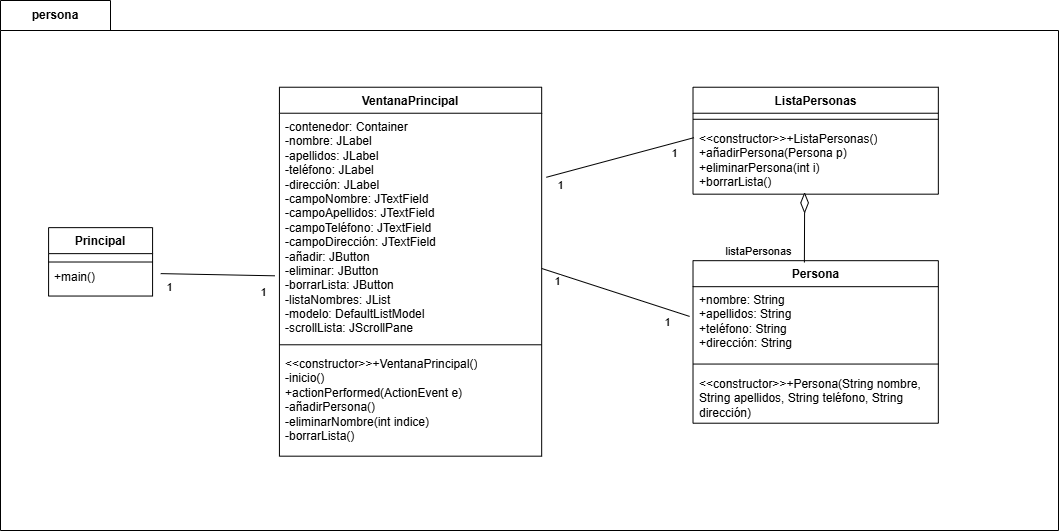
ThomasZRE/Unal_poo_act4 keeps this draw.io diagram as EJ81/persona/DgCl81.drawio.png. Above is the earlier version. Source tidied: cells renumbered, new cells last; positions are measured from the earlier drawing's top-left corner, leaving out a move shared by most shapes. Source of this version:
```xml
<mxGraphModel>
  <root>
    <mxCell id="0" />
    <mxCell id="1" parent="0" />
    <mxCell id="2" value="persona" style="shape=folder;fontStyle=1;tabWidth=110;tabHeight=30;tabPosition=left;html=1;boundedLbl=1;labelInHeader=1;whiteSpace=wrap;" parent="1" vertex="1">
      <mxGeometry width="1058" height="530" as="geometry" />
    </mxCell>
    <mxCell id="3" style="html=1;strokeColor=none;fillColor=none;whiteSpace=wrap;" parent="2" vertex="1">
      <mxGeometry width="1058" height="371" relative="1" as="geometry">
        <mxPoint y="30" as="offset" />
      </mxGeometry>
    </mxCell>
    <mxCell id="4" value="Persona" style="swimlane;fontStyle=1;align=center;verticalAlign=top;horizontal=1;startSize=26;whiteSpace=wrap;html=1;" parent="2" vertex="1">
      <mxGeometry x="692.5" y="260.2" width="245.3" height="162.5" as="geometry" />
    </mxCell>
    <mxCell id="5" value="+nombre: String&lt;div&gt;+apellidos: String&lt;/div&gt;&lt;div&gt;+teléfono: String&lt;/div&gt;&lt;div&gt;+dirección: String&lt;/div&gt;" style="text;strokeColor=none;fillColor=none;align=left;verticalAlign=top;spacingLeft=4;spacingRight=4;overflow=hidden;points=[[0,0.5],[1,0.5]];portConstraint=eastwest;whiteSpace=wrap;html=1;" parent="4" vertex="1">
      <mxGeometry y="26" width="245.3" height="71.3" as="geometry" />
    </mxCell>
    <mxCell id="6" style="line;strokeWidth=1;fillColor=none;align=left;verticalAlign=middle;spacingTop=-1;spacingLeft=3;spacingRight=3;labelPosition=right;strokeColor=inherit;" parent="4" vertex="1">
      <mxGeometry y="97.3" width="245.3" height="12.1" as="geometry" />
    </mxCell>
    <mxCell id="7" value="&amp;lt;&amp;lt;constructor&amp;gt;&amp;gt;+Persona(String nombre, String apellidos, String teléfono, String dirección)" style="text;strokeColor=none;fillColor=none;align=left;verticalAlign=top;spacingLeft=4;spacingRight=4;overflow=hidden;whiteSpace=wrap;html=1;" parent="4" vertex="1">
      <mxGeometry y="109.4" width="245.3" height="53.1" as="geometry" />
    </mxCell>
    <mxCell id="8" value="ListaPersonas" style="swimlane;fontStyle=1;align=center;verticalAlign=top;horizontal=1;startSize=26;whiteSpace=wrap;html=1;" parent="2" vertex="1">
      <mxGeometry x="692.5" y="86.7" width="245.3" height="106.9" as="geometry" />
    </mxCell>
    <mxCell id="9" style="line;strokeWidth=1;fillColor=none;align=left;verticalAlign=middle;spacingTop=-1;spacingLeft=3;spacingRight=3;labelPosition=right;strokeColor=inherit;" parent="8" vertex="1">
      <mxGeometry y="26" width="245.3" height="12.1" as="geometry" />
    </mxCell>
    <mxCell id="10" value="&amp;lt;&amp;lt;constructor&amp;gt;&amp;gt;+ListaPersonas()&lt;div&gt;+añadirPersona(Persona p)&lt;/div&gt;&lt;div&gt;+eliminarPersona(int i)&lt;/div&gt;&lt;div&gt;+borrarLista()&lt;/div&gt;" style="text;strokeColor=none;fillColor=none;align=left;verticalAlign=top;spacingLeft=4;spacingRight=4;overflow=hidden;points=[[0,0.5],[1,0.5]];portConstraint=eastwest;whiteSpace=wrap;html=1;" parent="8" vertex="1">
      <mxGeometry y="38.1" width="245.3" height="68.8" as="geometry" />
    </mxCell>
    <mxCell id="11" value="Principal" style="swimlane;fontStyle=1;align=center;verticalAlign=top;horizontal=1;startSize=26;whiteSpace=wrap;html=1;" parent="2" vertex="1">
      <mxGeometry x="48.1" y="227.1" width="104" height="68.4" as="geometry" />
    </mxCell>
    <mxCell id="12" value="&lt;div&gt;&lt;br&gt;&lt;/div&gt;" style="text;strokeColor=none;fillColor=none;align=left;verticalAlign=top;spacingLeft=4;spacingRight=4;overflow=hidden;whiteSpace=wrap;html=1;" parent="11" vertex="1">
      <mxGeometry y="26" width="104" height="7" as="geometry" />
    </mxCell>
    <mxCell id="13" style="line;strokeWidth=1;fillColor=none;align=left;verticalAlign=middle;spacingTop=-1;spacingLeft=3;spacingRight=3;labelPosition=right;strokeColor=inherit;" parent="11" vertex="1">
      <mxGeometry y="33" width="104" height="2.8" as="geometry" />
    </mxCell>
    <mxCell id="14" value="+main()" style="text;strokeColor=none;fillColor=none;align=left;verticalAlign=top;spacingLeft=4;spacingRight=4;overflow=hidden;points=[[0,0.5],[1,0.5]];portConstraint=eastwest;whiteSpace=wrap;html=1;" parent="11" vertex="1">
      <mxGeometry y="35.8" width="104" height="32.6" as="geometry" />
    </mxCell>
    <mxCell id="15" value="VentanaPrincipal" style="swimlane;fontStyle=1;align=center;verticalAlign=top;horizontal=1;startSize=26;whiteSpace=wrap;html=1;" parent="2" vertex="1">
      <mxGeometry x="278.9" y="86.7" width="262.2" height="368.9" as="geometry" />
    </mxCell>
    <mxCell id="16" value="-contenedor: Container&lt;div&gt;-nombre: JLabel&lt;/div&gt;&lt;div&gt;-apellidos: JLabel&lt;/div&gt;&lt;div&gt;-teléfono:&amp;nbsp;&lt;span style=&quot;background-color: transparent; color: light-dark(rgb(0, 0, 0), rgb(255, 255, 255));&quot;&gt;JLabel&lt;/span&gt;&lt;/div&gt;&lt;div&gt;-dirección:&amp;nbsp;&lt;span style=&quot;background-color: transparent; color: light-dark(rgb(0, 0, 0), rgb(255, 255, 255));&quot;&gt;JLabel&lt;/span&gt;&lt;/div&gt;&lt;div&gt;&lt;span style=&quot;background-color: transparent; color: light-dark(rgb(0, 0, 0), rgb(255, 255, 255));&quot;&gt;-campoNombre: JTextField&lt;/span&gt;&lt;/div&gt;&lt;div&gt;&lt;span style=&quot;background-color: transparent; color: light-dark(rgb(0, 0, 0), rgb(255, 255, 255));&quot;&gt;-campoApellidos:&amp;nbsp;&lt;/span&gt;&lt;span style=&quot;background-color: transparent; color: light-dark(rgb(0, 0, 0), rgb(255, 255, 255));&quot;&gt;JTextField&lt;/span&gt;&lt;/div&gt;&lt;div&gt;-campoTeléfono:&amp;nbsp;&lt;span style=&quot;background-color: transparent; color: light-dark(rgb(0, 0, 0), rgb(255, 255, 255));&quot;&gt;JTextField&lt;/span&gt;&lt;/div&gt;&lt;div&gt;-campoDirección:&amp;nbsp;&lt;span style=&quot;background-color: transparent; color: light-dark(rgb(0, 0, 0), rgb(255, 255, 255));&quot;&gt;JTextField&lt;/span&gt;&lt;/div&gt;&lt;div&gt;&lt;span style=&quot;background-color: transparent; color: light-dark(rgb(0, 0, 0), rgb(255, 255, 255));&quot;&gt;-añadir: JButton&lt;/span&gt;&lt;/div&gt;&lt;div&gt;&lt;span style=&quot;background-color: transparent; color: light-dark(rgb(0, 0, 0), rgb(255, 255, 255));&quot;&gt;-eliminar:&amp;nbsp;&lt;/span&gt;&lt;span style=&quot;background-color: transparent; color: light-dark(rgb(0, 0, 0), rgb(255, 255, 255));&quot;&gt;JButton&lt;/span&gt;&lt;/div&gt;&lt;div&gt;&lt;span style=&quot;background-color: transparent; color: light-dark(rgb(0, 0, 0), rgb(255, 255, 255));&quot;&gt;-borrarLista:&amp;nbsp;&lt;/span&gt;&lt;span style=&quot;background-color: transparent; color: light-dark(rgb(0, 0, 0), rgb(255, 255, 255));&quot;&gt;JButton&lt;/span&gt;&lt;/div&gt;&lt;div&gt;&lt;span style=&quot;background-color: transparent; color: light-dark(rgb(0, 0, 0), rgb(255, 255, 255));&quot;&gt;-listaNombres: JList&lt;/span&gt;&lt;/div&gt;&lt;div&gt;&lt;span style=&quot;background-color: transparent; color: light-dark(rgb(0, 0, 0), rgb(255, 255, 255));&quot;&gt;-modelo: DefaultListModel&lt;/span&gt;&lt;/div&gt;&lt;div&gt;&lt;span style=&quot;background-color: transparent; color: light-dark(rgb(0, 0, 0), rgb(255, 255, 255));&quot;&gt;-scrollLista: JScrollPane&lt;/span&gt;&lt;/div&gt;&lt;div&gt;&lt;span style=&quot;background-color: transparent; color: light-dark(rgb(0, 0, 0), rgb(255, 255, 255));&quot;&gt;&lt;br&gt;&lt;/span&gt;&lt;/div&gt;" style="text;strokeColor=none;fillColor=none;align=left;verticalAlign=top;spacingLeft=4;spacingRight=4;overflow=hidden;points=[[0,0.5],[1,0.5]];portConstraint=eastwest;whiteSpace=wrap;html=1;" parent="15" vertex="1">
      <mxGeometry y="26" width="262.2" height="225.5" as="geometry" />
    </mxCell>
    <mxCell id="17" style="line;strokeWidth=1;fillColor=none;align=left;verticalAlign=middle;spacingTop=-1;spacingLeft=3;spacingRight=3;labelPosition=right;strokeColor=inherit;" parent="15" vertex="1">
      <mxGeometry y="251.5" width="262.2" height="12.1" as="geometry" />
    </mxCell>
    <mxCell id="18" value="&amp;lt;&amp;lt;constructor&amp;gt;&amp;gt;+VentanaPrincipal()&lt;div&gt;-inicio()&lt;/div&gt;&lt;div&gt;+actionPerformed(ActionEvent e)&lt;/div&gt;&lt;div&gt;-añadirPersona()&lt;/div&gt;&lt;div&gt;-eliminarNombre(int indice)&lt;/div&gt;&lt;div&gt;-borrarLista()&lt;/div&gt;" style="text;strokeColor=none;fillColor=none;align=left;verticalAlign=top;spacingLeft=4;spacingRight=4;overflow=hidden;whiteSpace=wrap;html=1;" parent="15" vertex="1">
      <mxGeometry y="263.6" width="262.2" height="105.3" as="geometry" />
    </mxCell>
    <mxCell id="19" style="endArrow=none;html=1;rounded=0;exitX=1.078;exitY=0.313;exitDx=0;exitDy=0;exitPerimeter=0;entryX=-0.017;entryY=0.721;entryDx=0;entryDy=0;entryPerimeter=0;" parent="2" edge="1" source="14" target="16">
      <mxGeometry relative="1" as="geometry" />
    </mxCell>
    <mxCell id="20" value="1" style="edgeLabel;html=1;align=center;verticalAlign=middle;" parent="19" vertex="1">
      <mxGeometry x="-0.86" relative="1" as="geometry">
        <mxPoint y="13" as="offset" />
      </mxGeometry>
    </mxCell>
    <mxCell id="21" value="1" style="edgeLabel;html=1;align=center;verticalAlign=middle;" parent="19" vertex="1">
      <mxGeometry x="0.72" y="-1" relative="1" as="geometry">
        <mxPoint x="4" y="15" as="offset" />
      </mxGeometry>
    </mxCell>
    <mxCell id="22" style="endArrow=none;html=1;rounded=0;exitX=1.018;exitY=0.284;exitDx=0;exitDy=0;exitPerimeter=0;entryX=0.004;entryY=0.179;entryDx=0;entryDy=0;entryPerimeter=0;" parent="2" edge="1" source="16" target="10">
      <mxGeometry relative="1" as="geometry" />
    </mxCell>
    <mxCell id="23" value="1" style="edgeLabel;html=1;align=center;verticalAlign=middle;" parent="22" vertex="1">
      <mxGeometry x="-0.66" y="-4" relative="1" as="geometry">
        <mxPoint x="-13" y="11" as="offset" />
      </mxGeometry>
    </mxCell>
    <mxCell id="24" style="endArrow=none;html=1;rounded=0;entryX=-0.014;entryY=0.417;entryDx=0;entryDy=0;entryPerimeter=0;" parent="2" edge="1" source="16" target="5">
      <mxGeometry relative="1" as="geometry" />
    </mxCell>
    <mxCell id="25" value="1" style="edgeLabel;html=1;align=center;verticalAlign=middle;" parent="2" vertex="1">
      <mxGeometry x="656" y="154.2" as="geometry">
        <mxPoint x="17" y="-2" as="offset" />
      </mxGeometry>
    </mxCell>
    <mxCell id="26" value="1" style="edgeLabel;html=1;align=center;verticalAlign=middle;" parent="2" vertex="1">
      <mxGeometry x="559.8" y="250.5" as="geometry">
        <mxPoint x="-3" y="30" as="offset" />
      </mxGeometry>
    </mxCell>
    <mxCell id="27" value="1" style="edgeLabel;html=1;align=center;verticalAlign=middle;" parent="2" vertex="1">
      <mxGeometry x="617.5" y="289.1" as="geometry">
        <mxPoint x="49" y="32" as="offset" />
      </mxGeometry>
    </mxCell>
    <mxCell id="28" style="rhombus;whiteSpace=wrap;html=1;" parent="2" vertex="1">
      <mxGeometry x="800.2" y="192.7" width="7.7" height="19.3" as="geometry" />
    </mxCell>
    <mxCell id="29" style="endArrow=none;html=1;rounded=0;entryX=0.5;entryY=1;entryDx=0;entryDy=0;exitX=0.454;exitY=0.011;exitDx=0;exitDy=0;exitPerimeter=0;" parent="2" edge="1" source="4" target="28">
      <mxGeometry relative="1" as="geometry" />
    </mxCell>
    <mxCell id="30" value="listaPersonas" style="edgeLabel;html=1;align=center;verticalAlign=middle;" parent="29" vertex="1">
      <mxGeometry x="-0.58" y="5" relative="1" as="geometry">
        <mxPoint x="-42" y="-1" as="offset" />
      </mxGeometry>
    </mxCell>
  </root>
</mxGraphModel>
```
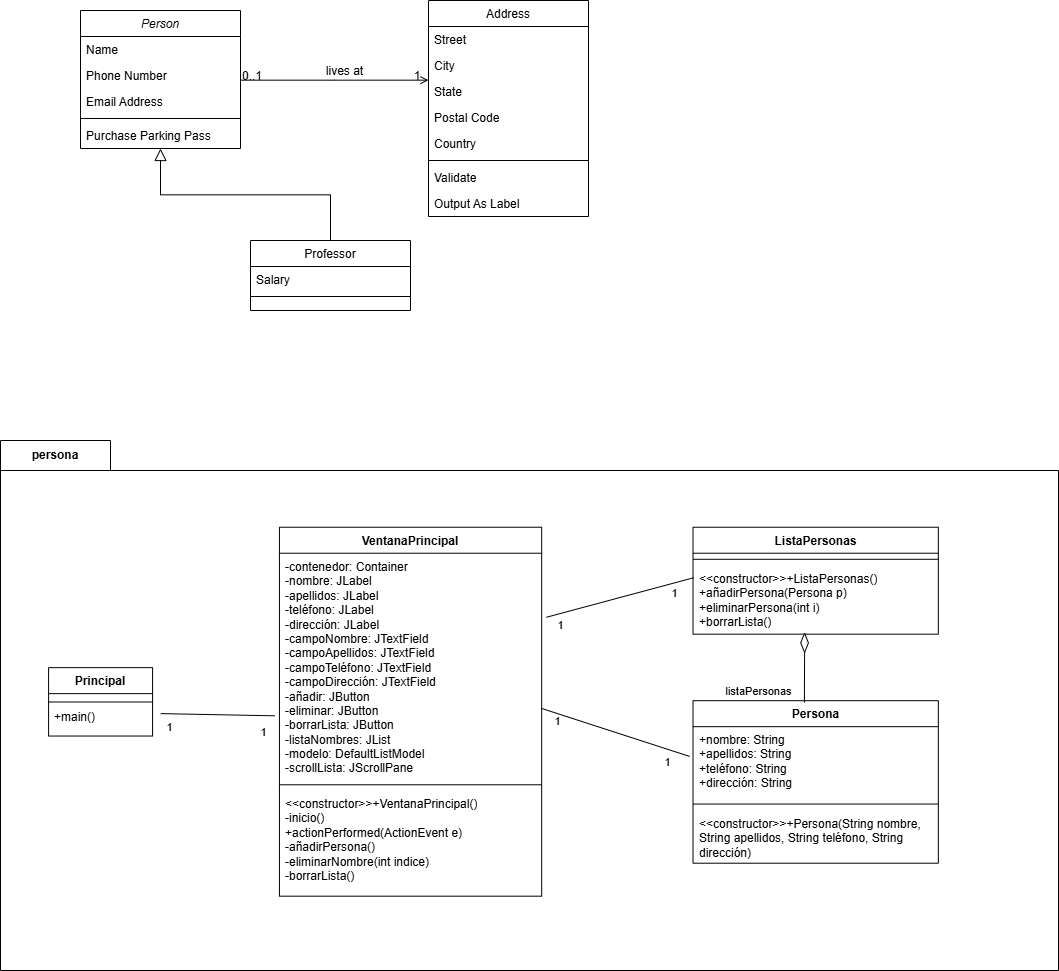
After the change.

Change to the diagram source:
```diff
@@ -2,6 +2,83 @@
   <root>
     <mxCell id="0" />
     <mxCell id="1" parent="0" />
+    <mxCell id="31" value="Person" style="swimlane;fontStyle=2;align=center;verticalAlign=top;horizontal=1;startSize=26;rounded=0;shadow=0;strokeWidth=1;" parent="1" vertex="1">
+      <mxGeometry x="80" y="-430" width="160" height="138" as="geometry" />
+    </mxCell>
+    <mxCell id="32" value="Name" style="text;align=left;verticalAlign=top;spacingLeft=4;spacingRight=4;overflow=hidden;" parent="31" vertex="1">
+      <mxGeometry y="26" width="160" height="26" as="geometry" />
+    </mxCell>
+    <mxCell id="33" value="Phone Number" style="text;align=left;verticalAlign=top;spacingLeft=4;spacingRight=4;overflow=hidden;rounded=0;shadow=0;html=0;" parent="31" vertex="1">
+      <mxGeometry y="52" width="160" height="26" as="geometry" />
+    </mxCell>
+    <mxCell id="34" value="Email Address" style="text;align=left;verticalAlign=top;spacingLeft=4;spacingRight=4;overflow=hidden;rounded=0;shadow=0;html=0;" parent="31" vertex="1">
+      <mxGeometry y="78" width="160" height="26" as="geometry" />
+    </mxCell>
+    <mxCell id="35" style="line;html=1;strokeWidth=1;align=left;verticalAlign=middle;spacingTop=-1;spacingLeft=3;spacingRight=3;labelPosition=right;" parent="31" vertex="1">
+      <mxGeometry y="104" width="160" height="8" as="geometry" />
+    </mxCell>
+    <mxCell id="36" value="Purchase Parking Pass" style="text;align=left;verticalAlign=top;spacingLeft=4;spacingRight=4;overflow=hidden;" parent="31" vertex="1">
+      <mxGeometry y="112" width="160" height="26" as="geometry" />
+    </mxCell>
+    <mxCell id="37" value="Professor" style="swimlane;fontStyle=0;align=center;verticalAlign=top;horizontal=1;startSize=26;rounded=0;shadow=0;strokeWidth=1;" parent="1" vertex="1">
+      <mxGeometry x="250" y="-200" width="160" height="70" as="geometry" />
+    </mxCell>
+    <mxCell id="38" value="Salary" style="text;align=left;verticalAlign=top;spacingLeft=4;spacingRight=4;overflow=hidden;" parent="37" vertex="1">
+      <mxGeometry y="26" width="160" height="26" as="geometry" />
+    </mxCell>
+    <mxCell id="39" style="line;html=1;strokeWidth=1;align=left;verticalAlign=middle;spacingTop=-1;spacingLeft=3;spacingRight=3;labelPosition=right;" parent="37" vertex="1">
+      <mxGeometry y="52" width="160" height="8" as="geometry" />
+    </mxCell>
+    <mxCell id="40" style="endArrow=block;endSize=10;endFill=0;shadow=0;strokeWidth=1;rounded=0;curved=0;edgeStyle=elbowEdgeStyle;elbow=vertical;" parent="1" edge="1" source="37" target="31">
+      <mxGeometry relative="1" as="geometry" />
+    </mxCell>
+    <mxCell id="41" value="Address" style="swimlane;fontStyle=0;align=center;verticalAlign=top;horizontal=1;startSize=26;rounded=0;shadow=0;strokeWidth=1;" parent="1" vertex="1">
+      <mxGeometry x="428" y="-440" width="160" height="216" as="geometry" />
+    </mxCell>
+    <mxCell id="42" value="Street" style="text;align=left;verticalAlign=top;spacingLeft=4;spacingRight=4;overflow=hidden;" parent="41" vertex="1">
+      <mxGeometry y="26" width="160" height="26" as="geometry" />
+    </mxCell>
+    <mxCell id="43" value="City" style="text;align=left;verticalAlign=top;spacingLeft=4;spacingRight=4;overflow=hidden;rounded=0;shadow=0;html=0;" parent="41" vertex="1">
+      <mxGeometry y="52" width="160" height="26" as="geometry" />
+    </mxCell>
+    <mxCell id="44" value="State" style="text;align=left;verticalAlign=top;spacingLeft=4;spacingRight=4;overflow=hidden;rounded=0;shadow=0;html=0;" parent="41" vertex="1">
+      <mxGeometry y="78" width="160" height="26" as="geometry" />
+    </mxCell>
+    <mxCell id="45" value="Postal Code" style="text;align=left;verticalAlign=top;spacingLeft=4;spacingRight=4;overflow=hidden;rounded=0;shadow=0;html=0;" parent="41" vertex="1">
+      <mxGeometry y="104" width="160" height="26" as="geometry" />
+    </mxCell>
+    <mxCell id="46" value="Country" style="text;align=left;verticalAlign=top;spacingLeft=4;spacingRight=4;overflow=hidden;rounded=0;shadow=0;html=0;" parent="41" vertex="1">
+      <mxGeometry y="130" width="160" height="26" as="geometry" />
+    </mxCell>
+    <mxCell id="47" style="line;html=1;strokeWidth=1;align=left;verticalAlign=middle;spacingTop=-1;spacingLeft=3;spacingRight=3;labelPosition=right;" parent="41" vertex="1">
+      <mxGeometry y="156" width="160" height="8" as="geometry" />
+    </mxCell>
+    <mxCell id="48" value="Validate" style="text;align=left;verticalAlign=top;spacingLeft=4;spacingRight=4;overflow=hidden;" parent="41" vertex="1">
+      <mxGeometry y="164" width="160" height="26" as="geometry" />
+    </mxCell>
+    <mxCell id="49" value="Output As Label" style="text;align=left;verticalAlign=top;spacingLeft=4;spacingRight=4;overflow=hidden;" parent="41" vertex="1">
+      <mxGeometry y="190" width="160" height="26" as="geometry" />
+    </mxCell>
+    <mxCell id="50" style="endArrow=open;shadow=0;strokeWidth=1;rounded=0;curved=0;endFill=1;edgeStyle=elbowEdgeStyle;elbow=vertical;" parent="1" edge="1" source="31" target="41">
+      <mxGeometry x="0.5" y="41" relative="1" as="geometry">
+        <mxPoint x="-40" y="32" as="offset" />
+      </mxGeometry>
+    </mxCell>
+    <mxCell id="51" value="0..1" style="align=left;verticalAlign=bottom;labelBackgroundColor=none;fontSize=12;" parent="50" vertex="1">
+      <mxGeometry x="-1" relative="1" as="geometry">
+        <mxPoint y="4" as="offset" />
+      </mxGeometry>
+    </mxCell>
+    <mxCell id="52" value="1" style="align=right;verticalAlign=bottom;labelBackgroundColor=none;fontSize=12;" parent="50" vertex="1">
+      <mxGeometry x="1" relative="1" as="geometry">
+        <mxPoint x="-7" y="4" as="offset" />
+      </mxGeometry>
+    </mxCell>
+    <mxCell id="53" value="lives at" style="text;html=1;align=center;verticalAlign=middle;labelBackgroundColor=none;rounded=0;shadow=0;strokeWidth=1;fontSize=12;" parent="50" vertex="1">
+      <mxGeometry x="0.5" y="49" relative="1" as="geometry">
+        <mxPoint x="-38" y="40" as="offset" />
+      </mxGeometry>
+    </mxCell>
     <mxCell id="2" value="persona" style="shape=folder;fontStyle=1;tabWidth=110;tabHeight=30;tabPosition=left;html=1;boundedLbl=1;labelInHeader=1;whiteSpace=wrap;" parent="1" vertex="1">
       <mxGeometry width="1058" height="530" as="geometry" />
     </mxCell>
```
